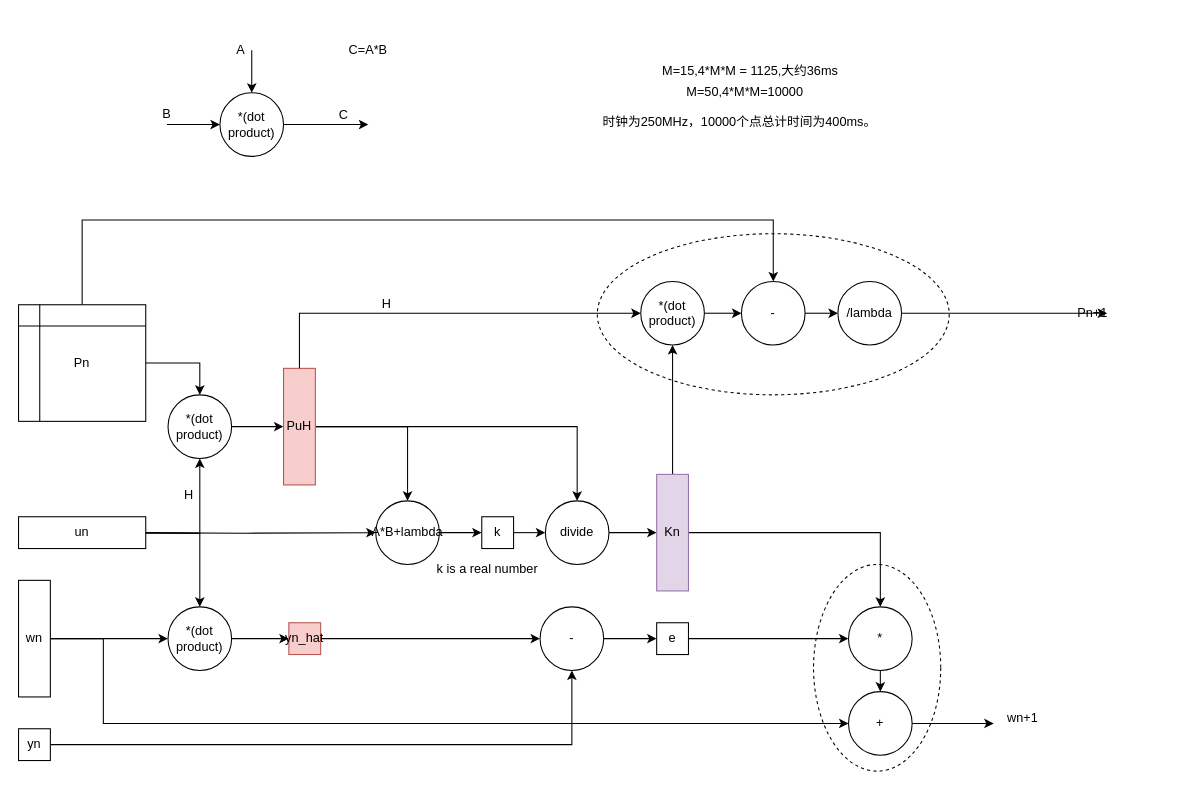
The draw.io diagram rls_n.drawio in Momenttt/hellogithub, before the edit. Source tidied: cells renumbered, new cells numbered last; positions are measured from the earlier drawing's top-left corner, leaving out a move shared by most shapes. Both pictures are drawn from the tidied source at 106%, with x=0, y=0 at pixel (18, 39).
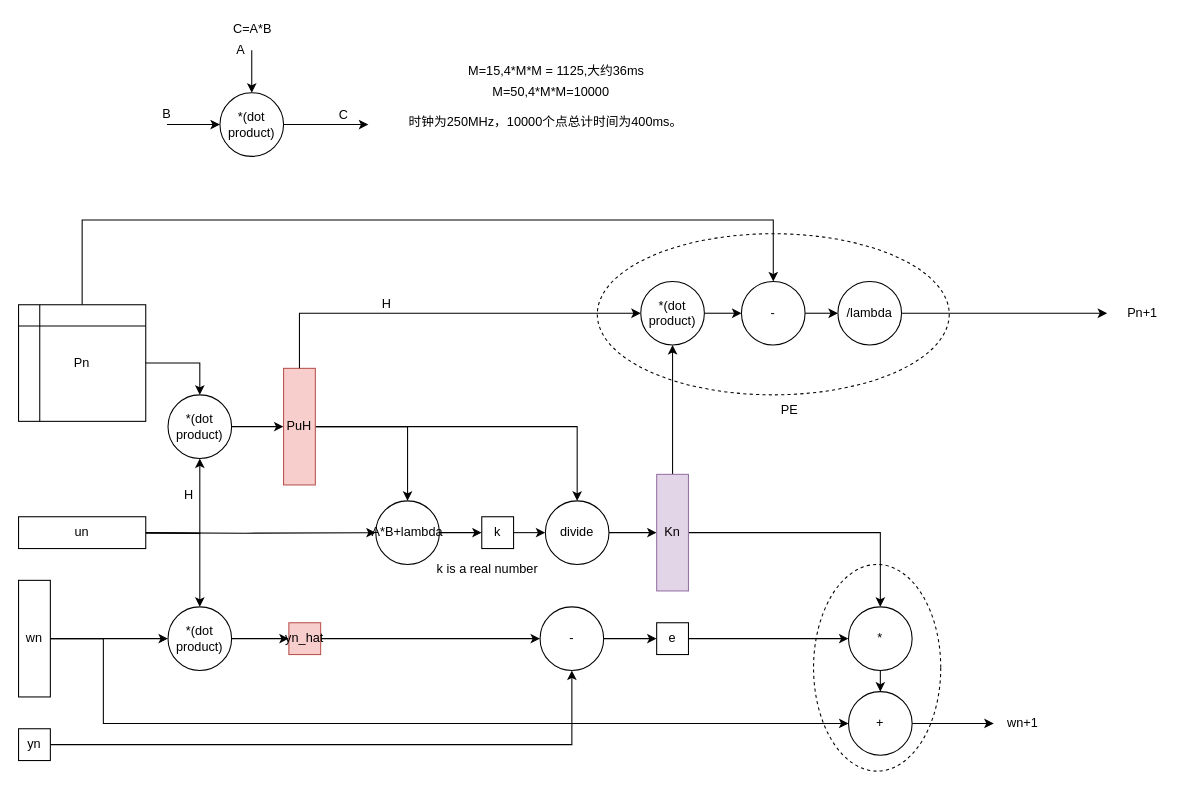
After the change.

Change to the diagram source:
```diff
@@
     <mxCell id="37" value="C=A*B" style="text;html=1;strokeColor=none;fillColor=none;align=center;verticalAlign=middle;whiteSpace=wrap;rounded=0;" parent="1" vertex="1">
-      <mxGeometry x="310" width="40" height="20" as="geometry" />
+      <mxGeometry x="201" y="-20" width="40" height="20" as="geometry" />
     </mxCell>
@@
     <mxCell id="55" value="Pn+1" style="text;html=1;align=center;verticalAlign=middle;" parent="1" vertex="1">
-      <mxGeometry x="993" y="248" width="40" height="20" as="geometry" />
+      <mxGeometry x="1040" y="248" width="40" height="20" as="geometry" />
     </mxCell>
     <mxCell id="56" value="wn+1" style="text;html=1;align=center;verticalAlign=middle;" parent="1" vertex="1">
-      <mxGeometry x="927" y="630" width="40" height="20" as="geometry" />
+      <mxGeometry x="927" y="635" width="40" height="20" as="geometry" />
     </mxCell>
     <mxCell id="57" value="M=50,4*M*M=10000" style="text;html=1;align=center;verticalAlign=middle;" parent="1" vertex="1">
-      <mxGeometry x="620" y="40" width="130" height="20" as="geometry" />
+      <mxGeometry x="437" y="40" width="130" height="20" as="geometry" />
     </mxCell>
     <mxCell id="58" value="时钟为250MHz，10000个点总计时间为400ms。" style="text;html=1;align=center;verticalAlign=middle;" parent="1" vertex="1">
-      <mxGeometry x="545" y="68" width="270" height="20" as="geometry" />
+      <mxGeometry x="362" y="68" width="270" height="20" as="geometry" />
     </mxCell>
     <mxCell id="59" value="M=15,4*M*M = 1125,大约36ms" style="text;html=1;align=center;verticalAlign=middle;" parent="1" vertex="1">
-      <mxGeometry x="600" y="20" width="180" height="20" as="geometry" />
+      <mxGeometry x="417" y="20" width="180" height="20" as="geometry" />
     </mxCell>
@@
+    <mxCell id="65" value="PE" style="text;html=1;align=center;verticalAlign=middle;" parent="1" vertex="1">
+      <mxGeometry x="712" y="340" width="30" height="20" as="geometry" />
+    </mxCell>
```
